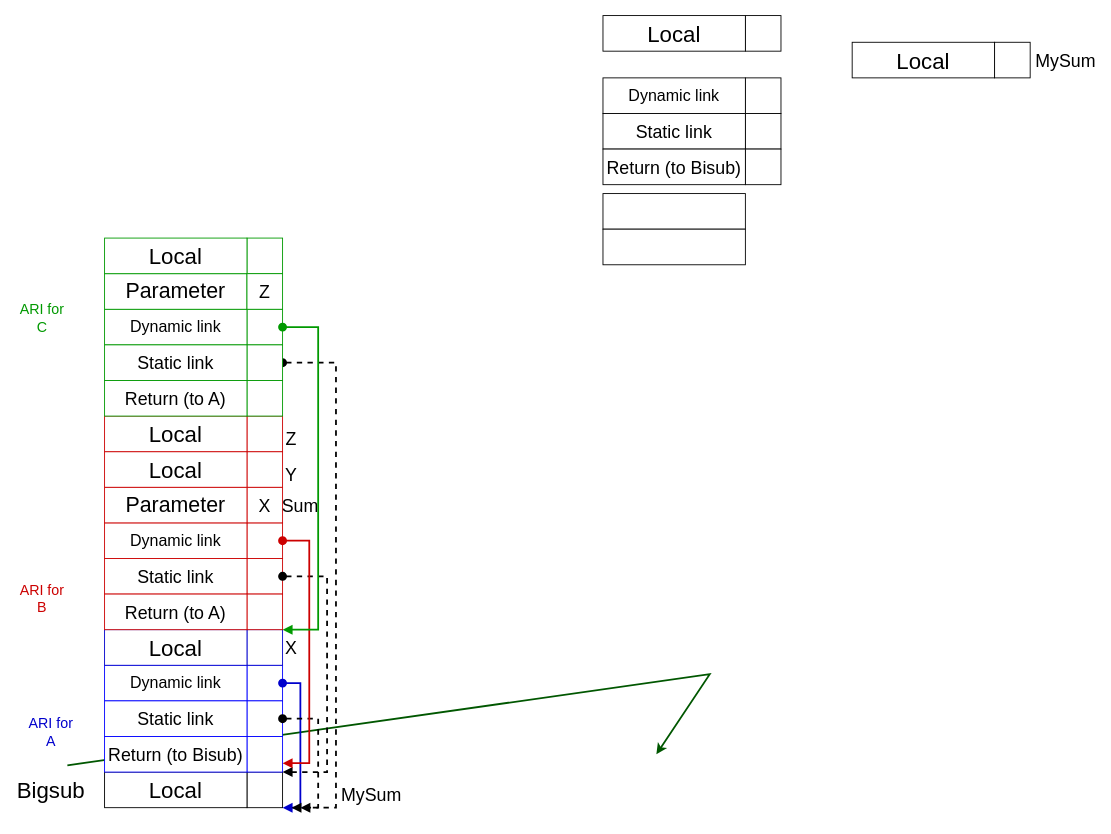
Above: ActivationRecord.drawio in IgorBCode/cv (draw.io), before the change. Source tidied: cells renumbered, new cells numbered last; positions are measured from the earlier drawing's top-left corner, leaving out a move shared by most shapes. Both pictures are drawn from the tidied source at 89%, with x=0, y=0 at pixel (15, 15).
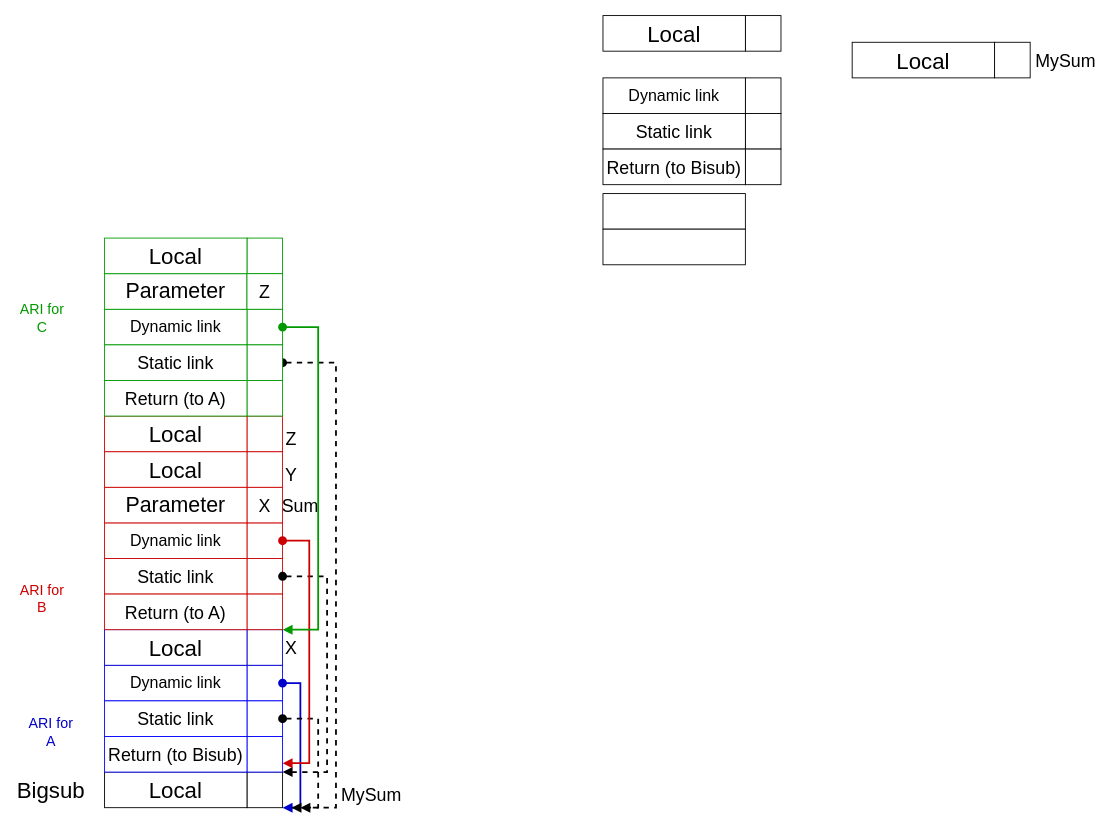
The same page after the edit.

What changed in the source:
```diff
@@
-    <mxCell id="3" style="endArrow=classic;html=1;rounded=0;strokeWidth=2;fillColor=#008a00;strokeColor=#005700;entryX=0.965;entryY=0.555;entryDx=0;entryDy=0;entryPerimeter=0;exitX=0.978;exitY=0.655;exitDx=0;exitDy=0;exitPerimeter=0;" parent="1" edge="1">
-      <mxGeometry relative="1" as="geometry">
-        <mxPoint x="58.2" y="842.4" as="sourcePoint" />
-        <mxPoint x="720" y="830" as="targetPoint" />
-        <Array as="points">
-          <mxPoint x="780" y="740" />
-        </Array>
-      </mxGeometry>
-    </mxCell>
```
